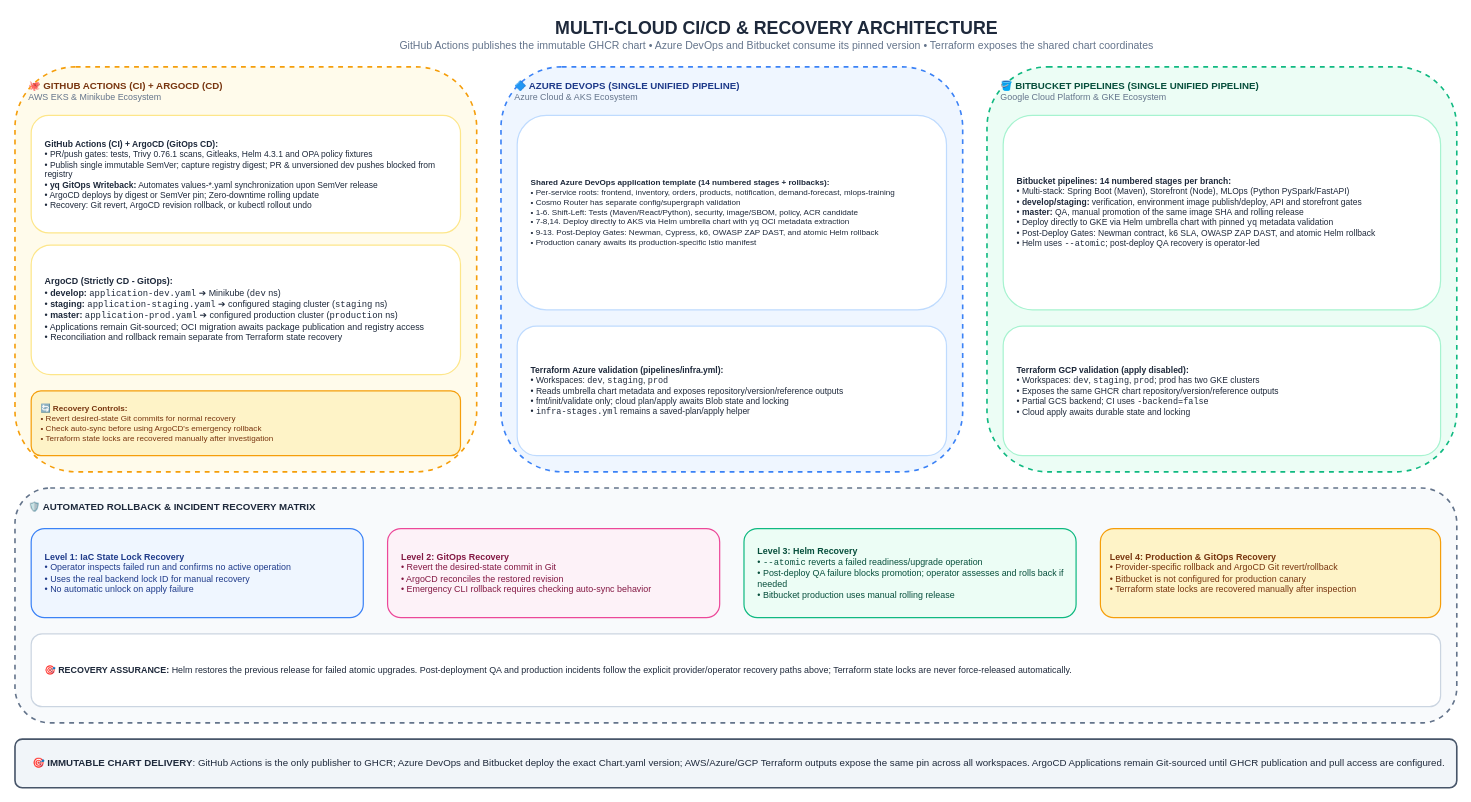
The draw.io diagram page "12. Multi-Cloud CI/CD & Recovery Architecture" (12 of 19) of docs/Diagrams.drawio in GeorgeGxx/microservices-architecture, before the edit. Source tidied: cells renumbered, new cells numbered last; positions are measured from the earlier drawing's top-left corner, leaving out a move shared by most shapes. Both pictures are drawn from the tidied source at 81%, with x=0, y=0 at pixel (15, 14).
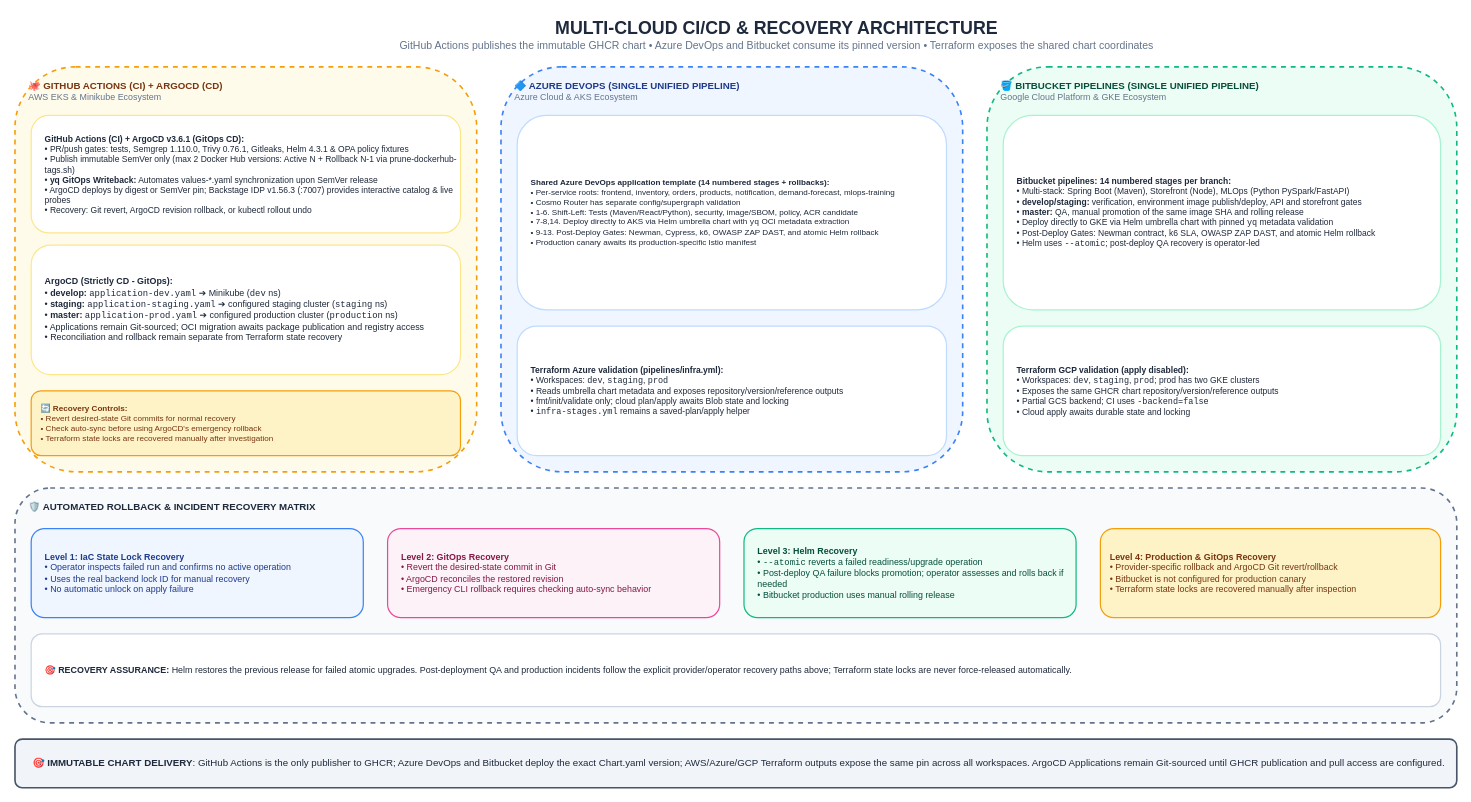
Above is the later version.

Commit message (it also covers changes not shown here):
chore(idp): upgrade Backstage IDP to v1.56.3 and synchronize architecture docs and diagrams

Change to the diagram source:
```diff
@@
 <mxGraphModel>
   <root>
     <mxCell id="0" />
     <mxCell id="1" parent="0" />
     <mxCell id="2" value="&lt;b style='font-size:22px;color:#1E293B;'&gt;MULTI-CLOUD CI/CD &amp; RECOVERY ARCHITECTURE&lt;/b&gt;&lt;br&gt;&lt;span style='font-size:13px;color:#64748B;'&gt;GitHub Actions publishes the immutable GHCR chart • Azure DevOps and Bitbucket consume its pinned version • Terraform exposes the shared chart coordinates&lt;/span&gt;" style="text;html=1;align=center;verticalAlign=middle;rounded=0;" parent="1" vertex="1">
       <mxGeometry x="240" width="1400" height="50" as="geometry" />
     </mxCell>
     <mxCell id="3" value="&lt;b&gt;🐙 GITHUB ACTIONS (CI) + ARGOCD (CD)&lt;/b&gt;&lt;br&gt;&lt;span style='font-size:11px;color:#64748B;'&gt;AWS EKS &amp; Minikube Ecosystem&lt;/span&gt;" style="rounded=1;whiteSpace=wrap;html=1;fillColor=#FFFBEB;strokeColor=#F59E0B;strokeWidth=2;verticalAlign=top;align=left;spacingLeft=15;spacingTop=10;fontColor=#78350F;fontSize=12;dashed=1;" parent="1" vertex="1">
       <mxGeometry y="65" width="570" height="500" as="geometry" />
     </mxCell>
-    <mxCell id="4" value="&lt;b&gt;GitHub Actions (CI) + ArgoCD (GitOps CD):&lt;/b&gt;&lt;br&gt;• PR/push gates: tests, Trivy 0.76.1 scans, Gitleaks, Helm 4.3.1 and OPA policy fixtures&lt;br&gt;• Publish single immutable SemVer; capture registry digest; PR &amp; unversioned dev pushes blocked from registry&lt;br&gt;• &lt;b&gt;yq GitOps Writeback:&lt;/b&gt; Automates values-*.yaml synchronization upon SemVer release&lt;br&gt;• ArgoCD deploys by digest or SemVer pin; Zero-downtime rolling update&lt;br&gt;• Recovery: Git revert, ArgoCD revision rollback, or kubectl rollout undo" style="rounded=1;whiteSpace=wrap;html=1;fillColor=#FFFFFF;strokeColor=#FDE68A;strokeWidth=1.5;fontColor=#1E293B;fontSize=10.5;align=left;spacingLeft=15;" parent="1" vertex="1">
+    <mxCell id="4" value="&lt;b&gt;GitHub Actions (CI) + ArgoCD v3.6.1 (GitOps CD):&lt;/b&gt;&lt;br&gt;• PR/push gates: tests, Semgrep 1.110.0, Trivy 0.76.1, Gitleaks, Helm 4.3.1 &amp;amp; OPA policy fixtures&lt;br&gt;• Publish immutable SemVer only (max 2 Docker Hub versions: Active N + Rollback N-1 via prune-dockerhub-tags.sh)&lt;br&gt;• &lt;b&gt;yq GitOps Writeback:&lt;/b&gt; Automates values-*.yaml synchronization upon SemVer release&lt;br&gt;• ArgoCD deploys by digest or SemVer pin; Backstage IDP v1.56.3 (:7007) provides interactive catalog &amp;amp; live probes&lt;br&gt;• Recovery: Git revert, ArgoCD revision rollback, or kubectl rollout undo" style="rounded=1;whiteSpace=wrap;html=1;fillColor=#FFFFFF;strokeColor=#FDE68A;strokeWidth=1.5;fontColor=#1E293B;fontSize=10.5;align=left;spacingLeft=15;" parent="1" vertex="1">
       <mxGeometry x="20" y="125" width="530" height="145" as="geometry" />
     </mxCell>
     <mxCell id="5" value="&lt;b&gt;ArgoCD (Strictly CD - GitOps):&lt;/b&gt;&lt;br&gt;• &lt;b&gt;develop:&lt;/b&gt; &lt;code&gt;application-dev.yaml&lt;/code&gt; ➔ Minikube (&lt;code&gt;dev&lt;/code&gt; ns)&lt;br&gt;• &lt;b&gt;staging:&lt;/b&gt; &lt;code&gt;application-staging.yaml&lt;/code&gt; ➔ configured staging cluster (&lt;code&gt;staging&lt;/code&gt; ns)&lt;br&gt;• &lt;b&gt;master:&lt;/b&gt; &lt;code&gt;application-prod.yaml&lt;/code&gt; ➔ configured production cluster (&lt;code&gt;production&lt;/code&gt; ns)&lt;br&gt;• Applications remain Git-sourced; OCI migration awaits package publication and registry access&lt;br&gt;• Reconciliation and rollback remain separate from Terraform state recovery" style="rounded=1;whiteSpace=wrap;html=1;fillColor=#FFFFFF;strokeColor=#FDE68A;strokeWidth=1.5;fontColor=#1E293B;fontSize=11;align=left;spacingLeft=15;" parent="1" vertex="1">
       <mxGeometry x="20" y="285" width="530" height="160" as="geometry" />
     </mxCell>
     <mxCell id="6" value="&lt;b&gt;🔄 Recovery Controls:&lt;/b&gt;&lt;br&gt;• Revert desired-state Git commits for normal recovery&lt;br&gt;• Check auto-sync before using ArgoCD's emergency rollback&lt;br&gt;• Terraform state locks are recovered manually after investigation" style="rounded=1;whiteSpace=wrap;html=1;fillColor=#FEF3C7;strokeColor=#F59E0B;strokeWidth=1.5;fontColor=#78350F;fontSize=10;align=left;spacingLeft=10;" parent="1" vertex="1">
       <mxGeometry x="20" y="465" width="530" height="80" as="geometry" />
     </mxCell>
     <mxCell id="7" value="&lt;b&gt;🔷 AZURE DEVOPS (SINGLE UNIFIED PIPELINE)&lt;/b&gt;&lt;br&gt;&lt;span style='font-size:11px;color:#64748B;'&gt;Azure Cloud &amp; AKS Ecosystem&lt;/span&gt;" style="rounded=1;whiteSpace=wrap;html=1;fillColor=#EFF6FF;strokeColor=#3B82F6;strokeWidth=2;verticalAlign=top;align=left;spacingLeft=15;spacingTop=10;fontColor=#1E3A8A;fontSize=12;dashed=1;" parent="1" vertex="1">
       <mxGeometry x="600" y="65" width="570" height="500" as="geometry" />
     </mxCell>
     <mxCell id="8" value="&lt;b&gt;Shared Azure DevOps application template (14 numbered stages + rollbacks):&lt;/b&gt;&lt;br&gt;• Per-service roots: frontend, inventory, orders, products, notification, demand-forecast, mlops-training&lt;br&gt;• Cosmo Router has separate config/supergraph validation&lt;br&gt;• 1-6. Shift-Left: Tests (Maven/React/Python), security, image/SBOM, policy, ACR candidate&lt;br&gt;• 7-8,14. Deploy directly to AKS via Helm umbrella chart with &lt;code&gt;yq&lt;/code&gt; OCI metadata extraction&lt;br&gt;• 9-13. Post-Deploy Gates: Newman, Cypress, k6, OWASP ZAP DAST, and atomic Helm rollback&lt;br&gt;• Production canary awaits its production-specific Istio manifest" style="rounded=1;whiteSpace=wrap;html=1;fillColor=#FFFFFF;strokeColor=#BFDBFE;strokeWidth=1.5;fontColor=#1E293B;fontSize=10;align=left;spacingLeft=15;" parent="1" vertex="1">
       <mxGeometry x="620" y="125" width="530" height="240" as="geometry" />
     </mxCell>
     <mxCell id="9" value="&lt;b&gt;Terraform Azure validation (pipelines/infra.yml):&lt;/b&gt;&lt;br&gt;• Workspaces: &lt;code&gt;dev&lt;/code&gt;, &lt;code&gt;staging&lt;/code&gt;, &lt;code&gt;prod&lt;/code&gt;&lt;br&gt;• Reads umbrella chart metadata and exposes repository/version/reference outputs&lt;br&gt;• fmt/init/validate only; cloud plan/apply awaits Blob state and locking&lt;br&gt;• &lt;code&gt;infra-stages.yml&lt;/code&gt; remains a saved-plan/apply helper" style="rounded=1;whiteSpace=wrap;html=1;fillColor=#FFFFFF;strokeColor=#BFDBFE;strokeWidth=1.5;fontColor=#1E293B;fontSize=10.5;align=left;spacingLeft=15;" parent="1" vertex="1">
       <mxGeometry x="620" y="385" width="530" height="160" as="geometry" />
     </mxCell>
     <mxCell id="10" value="&lt;b&gt;🪣 BITBUCKET PIPELINES (SINGLE UNIFIED PIPELINE)&lt;/b&gt;&lt;br&gt;&lt;span style='font-size:11px;color:#64748B;'&gt;Google Cloud Platform &amp; GKE Ecosystem&lt;/span&gt;" style="rounded=1;whiteSpace=wrap;html=1;fillColor=#ECFDF5;strokeColor=#10B981;strokeWidth=2;verticalAlign=top;align=left;spacingLeft=15;spacingTop=10;fontColor=#064E3B;fontSize=12;dashed=1;" parent="1" vertex="1">
       <mxGeometry x="1200" y="65" width="580" height="500" as="geometry" />
     </mxCell>
     <mxCell id="11" value="&lt;b&gt;Bitbucket pipelines: 14 numbered stages per branch:&lt;/b&gt;&lt;br&gt;• Multi-stack: Spring Boot (Maven), Storefront (Node), MLOps (Python PySpark/FastAPI)&lt;br&gt;• &lt;b&gt;develop/staging:&lt;/b&gt; verification, environment image publish/deploy, API and storefront gates&lt;br&gt;• &lt;b&gt;master:&lt;/b&gt; QA, manual promotion of the same image SHA and rolling release&lt;br&gt;• Deploy directly to GKE via Helm umbrella chart with pinned &lt;code&gt;yq&lt;/code&gt; metadata validation&lt;br&gt;• Post-Deploy Gates: Newman contract, k6 SLA, OWASP ZAP DAST, and atomic Helm rollback&lt;br&gt;• Helm uses &lt;code&gt;--atomic&lt;/code&gt;; post-deploy QA recovery is operator-led" style="rounded=1;whiteSpace=wrap;html=1;fillColor=#FFFFFF;strokeColor=#A7F3D0;strokeWidth=1.5;fontColor=#1E293B;fontSize=10.5;align=left;spacingLeft=15;" parent="1" vertex="1">
       <mxGeometry x="1220" y="125" width="540" height="240" as="geometry" />
     </mxCell>
     <mxCell id="12" value="&lt;b&gt;Terraform GCP validation (apply disabled):&lt;/b&gt;&lt;br&gt;• Workspaces: &lt;code&gt;dev&lt;/code&gt;, &lt;code&gt;staging&lt;/code&gt;, &lt;code&gt;prod&lt;/code&gt;; prod has two GKE clusters&lt;br&gt;• Exposes the same GHCR chart repository/version/reference outputs&lt;br&gt;• Partial GCS backend; CI uses &lt;code&gt;-backend=false&lt;/code&gt;&lt;br&gt;• Cloud apply awaits durable state and locking" style="rounded=1;whiteSpace=wrap;html=1;fillColor=#FFFFFF;strokeColor=#A7F3D0;strokeWidth=1.5;fontColor=#1E293B;fontSize=10.5;align=left;spacingLeft=15;" parent="1" vertex="1">
       <mxGeometry x="1220" y="385" width="540" height="160" as="geometry" />
     </mxCell>
     <mxCell id="13" value="&lt;b&gt;🛡️ AUTOMATED ROLLBACK &amp; INCIDENT RECOVERY MATRIX&lt;/b&gt;" style="rounded=1;whiteSpace=wrap;html=1;fillColor=#F8FAFC;strokeColor=#64748B;strokeWidth=2;verticalAlign=top;align=left;spacingLeft=15;spacingTop=10;fontColor=#1E293B;fontSize=12;dashed=1;" parent="1" vertex="1">
       <mxGeometry y="585" width="1780" height="290" as="geometry" />
     </mxCell>
     <mxCell id="14" value="&lt;b&gt;Level 1: IaC State Lock Recovery&lt;/b&gt;&lt;br&gt;• Operator inspects failed run and confirms no active operation&lt;br&gt;• Uses the real backend lock ID for manual recovery&lt;br&gt;• No automatic unlock on apply failure" style="rounded=1;whiteSpace=wrap;html=1;fillColor=#EFF6FF;strokeColor=#3B82F6;strokeWidth=1.5;fontColor=#1E3A8A;fontSize=11;align=left;spacingLeft=15;" parent="1" vertex="1">
       <mxGeometry x="20" y="635" width="410" height="110" as="geometry" />
     </mxCell>
     <mxCell id="15" value="&lt;b&gt;Level 2: GitOps Recovery&lt;/b&gt;&lt;br&gt;• Revert the desired-state commit in Git&lt;br&gt;• ArgoCD reconciles the restored revision&lt;br&gt;• Emergency CLI rollback requires checking auto-sync behavior" style="rounded=1;whiteSpace=wrap;html=1;fillColor=#FDF2F8;strokeColor=#EC4899;strokeWidth=1.5;fontColor=#831843;fontSize=11;align=left;spacingLeft=15;" parent="1" vertex="1">
       <mxGeometry x="460" y="635" width="410" height="110" as="geometry" />
     </mxCell>
     <mxCell id="16" value="&lt;b&gt;Level 3: Helm Recovery&lt;/b&gt;&lt;br&gt;• &lt;code&gt;--atomic&lt;/code&gt; reverts a failed readiness/upgrade operation&lt;br&gt;• Post-deploy QA failure blocks promotion; operator assesses and rolls back if needed&lt;br&gt;• Bitbucket production uses manual rolling release" style="rounded=1;whiteSpace=wrap;html=1;fillColor=#ECFDF5;strokeColor=#10B981;strokeWidth=1.5;fontColor=#064E3B;fontSize=11;align=left;spacingLeft=15;" parent="1" vertex="1">
       <mxGeometry x="900" y="635" width="410" height="110" as="geometry" />
     </mxCell>
     <mxCell id="17" value="&lt;b&gt;Level 4: Production &amp; GitOps Recovery&lt;/b&gt;&lt;br&gt;• Provider-specific rollback and ArgoCD Git revert/rollback&lt;br&gt;• Bitbucket is not configured for production canary&lt;br&gt;• Terraform state locks are recovered manually after inspection" style="rounded=1;whiteSpace=wrap;html=1;fillColor=#FEF3C7;strokeColor=#F59E0B;strokeWidth=1.5;fontColor=#78350F;fontSize=11;align=left;spacingLeft=10;" parent="1" vertex="1">
       <mxGeometry x="1340" y="635" width="420" height="110" as="geometry" />
     </mxCell>
     <mxCell id="18" value="&lt;b&gt;🎯 RECOVERY ASSURANCE:&lt;/b&gt; Helm restores the previous release for failed atomic upgrades. Post-deployment QA and production incidents follow the explicit provider/operator recovery paths above; Terraform state locks are never force-released automatically." style="rounded=1;whiteSpace=wrap;html=1;fillColor=#FFFFFF;strokeColor=#CBD5E1;strokeWidth=1.5;fontColor=#1E293B;fontSize=11;align=left;spacingLeft=15;" parent="1" vertex="1">
       <mxGeometry x="20" y="765" width="1740" height="90" as="geometry" />
     </mxCell>
     <mxCell id="19" value="&lt;b&gt;🎯 IMMUTABLE CHART DELIVERY&lt;/b&gt;: GitHub Actions is the only publisher to GHCR; Azure DevOps and Bitbucket deploy the exact Chart.yaml version; AWS/Azure/GCP Terraform outputs expose the same pin across all workspaces. ArgoCD Applications remain Git-sourced until GHCR publication and pull access are configured." style="rounded=1;whiteSpace=wrap;html=1;fillColor=#F1F5F9;strokeColor=#475569;strokeWidth=2;fontColor=#1E293B;fontSize=12;align=left;spacingLeft=20;" parent="1" vertex="1">
       <mxGeometry y="895" width="1780" height="60" as="geometry" />
     </mxCell>
   </root>
 </mxGraphModel>
```
